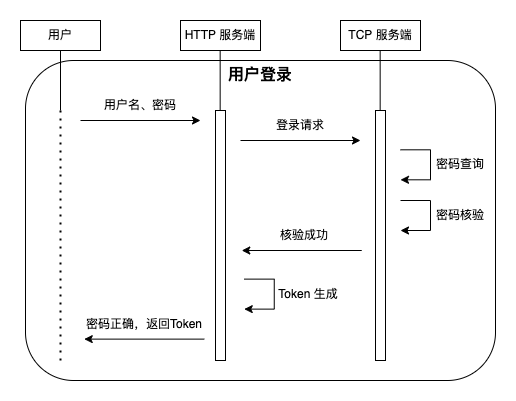
Before: 文档材料/用户登录v2_删除分支.drawio.png, a diagram exported from draw.io (DingYuan0118/et_task). Source tidied: cells renumbered, new cells last; positions are measured from the earlier drawing's top-left corner, leaving out a move shared by most shapes.
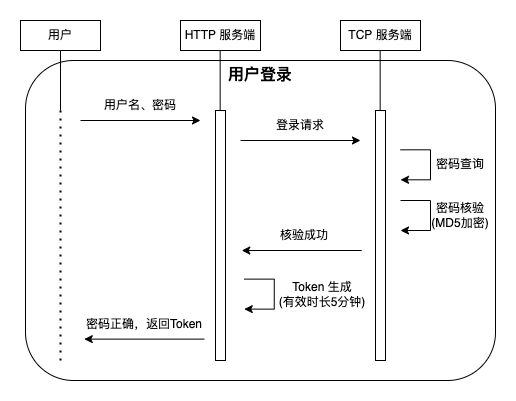
Later version of the same file.

What changed in the source:
```diff
@@ -74,7 +74,7 @@
         </Array>
       </mxGeometry>
     </mxCell>
-    <mxCell id="18" value="密码核验" style="text;html=1;strokeColor=none;fillColor=none;align=center;verticalAlign=middle;whiteSpace=wrap;rounded=0;" parent="1" vertex="1">
+    <mxCell id="18" value="密码核验&lt;br&gt;(MD5加密)" style="text;html=1;strokeColor=none;fillColor=none;align=center;verticalAlign=middle;whiteSpace=wrap;rounded=0;" parent="1" vertex="1">
       <mxGeometry x="410" y="180" width="60" height="30" as="geometry" />
     </mxCell>
     <mxCell id="19" style="endArrow=classic;html=1;rounded=0;strokeWidth=1;" parent="1" edge="1">
@@ -95,8 +95,8 @@
         </Array>
       </mxGeometry>
     </mxCell>
-    <mxCell id="22" value="Token 生成" style="text;html=1;strokeColor=none;fillColor=none;align=center;verticalAlign=middle;whiteSpace=wrap;rounded=0;" parent="1" vertex="1">
-      <mxGeometry x="253.8" y="258.6" width="67.5" height="30" as="geometry" />
+    <mxCell id="22" value="Token 生成&lt;br&gt;(有效时长5分钟)" style="text;html=1;strokeColor=none;fillColor=none;align=center;verticalAlign=middle;whiteSpace=wrap;rounded=0;" parent="1" vertex="1">
+      <mxGeometry x="253.8" y="258.6" width="96.2" height="30" as="geometry" />
     </mxCell>
     <mxCell id="23" value="&lt;font style=&quot;font-size: 16px;&quot;&gt;&lt;b&gt;用户登录&lt;/b&gt;&lt;/font&gt;" style="text;html=1;strokeColor=none;fillColor=none;align=center;verticalAlign=middle;whiteSpace=wrap;rounded=0;" parent="1" vertex="1">
       <mxGeometry x="115" y="40" width="250" height="30" as="geometry" />
```
